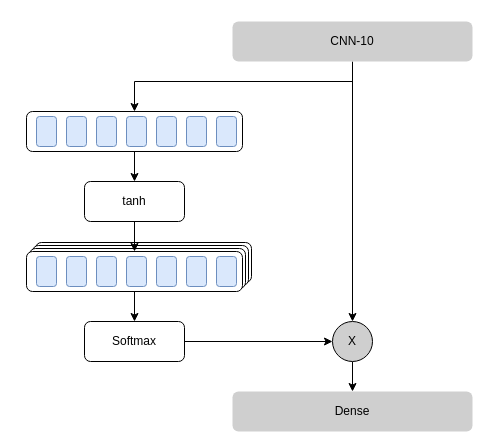
Above: attention.drawio in WensonLuo/Drowio (draw.io), before the change. Source tidied: cells renumbered, new cells numbered last; positions are measured from the earlier drawing's top-left corner, leaving out a move shared by most shapes. Both pictures are drawn from the tidied source at 100%, with x=0, y=0 at pixel (26, 21).
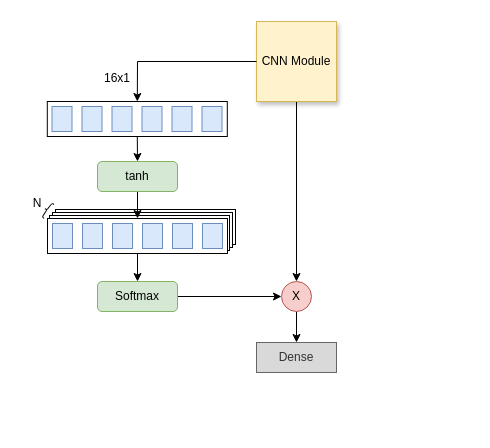
After the change.

Change to the diagram source:
```diff
@@
-    <mxCell id="2" style="rounded=1;whiteSpace=wrap;html=1;" parent="1" vertex="1">
-      <mxGeometry x="9" y="221" width="216" height="40" as="geometry" />
+    <mxCell id="2" style="rounded=0;whiteSpace=wrap;html=1;" parent="1" vertex="1">
+      <mxGeometry x="29" y="188" width="180" height="35" as="geometry" />
     </mxCell>
-    <mxCell id="3" style="rounded=1;whiteSpace=wrap;html=1;" parent="1" vertex="1">
-      <mxGeometry x="6" y="224" width="216" height="40" as="geometry" />
+    <mxCell id="3" style="rounded=0;whiteSpace=wrap;html=1;" parent="1" vertex="1">
+      <mxGeometry x="26" y="191" width="180" height="35" as="geometry" />
     </mxCell>
-    <mxCell id="4" style="rounded=1;whiteSpace=wrap;html=1;" parent="1" vertex="1">
-      <mxGeometry x="3" y="227" width="216" height="40" as="geometry" />
+    <mxCell id="4" style="rounded=0;whiteSpace=wrap;html=1;" parent="1" vertex="1">
+      <mxGeometry x="23" y="194" width="180" height="35" as="geometry" />
     </mxCell>
@@
-    <mxCell id="6" value="CNN-10" style="rounded=1;whiteSpace=wrap;html=1;strokeColor=none;fillColor=#CFCFCF;" parent="1" vertex="1">
-      <mxGeometry x="206" width="240" height="40" as="geometry" />
+    <mxCell id="6" value="CNN Module" style="rounded=0;whiteSpace=wrap;html=1;strokeColor=#d6b656;fillColor=#fff2cc;shadow=1;" parent="1" vertex="1">
+      <mxGeometry x="230" width="80" height="80" as="geometry" />
     </mxCell>
-    <mxCell id="7" value="Dense" style="rounded=1;whiteSpace=wrap;html=1;strokeColor=none;fillColor=#CFCFCF;" parent="1" vertex="1">
-      <mxGeometry x="206" y="370" width="240" height="40" as="geometry" />
+    <mxCell id="7" value="Dense" style="rounded=0;whiteSpace=wrap;html=1;strokeColor=#666666;fontColor=#333333;fillColor=#D9D9D9;" parent="1" vertex="1">
+      <mxGeometry x="230" y="321" width="80" height="30" as="geometry" />
     </mxCell>
@@
-    <mxCell id="9" style="rounded=1;whiteSpace=wrap;html=1;fillColor=none;" parent="1" vertex="1">
-      <mxGeometry y="90" width="216" height="40" as="geometry" />
+    <mxCell id="9" style="rounded=0;whiteSpace=wrap;html=1;fillColor=none;" parent="1" vertex="1">
+      <mxGeometry x="20.8" y="80" width="180" height="35" as="geometry" />
     </mxCell>
-    <mxCell id="10" style="endArrow=classic;html=1;entryX=0.5;entryY=0;entryDx=0;entryDy=0;jumpSize=0;rounded=0;" parent="1" edge="1" target="9">
+    <mxCell id="10" style="endArrow=classic;html=1;entryX=0.5;entryY=0;entryDx=0;entryDy=0;jumpSize=0;rounded=0;exitX=0;exitY=0.5;exitDx=0;exitDy=0;" parent="1" edge="1" source="6" target="9">
       <mxGeometry relative="1" as="geometry">
-        <mxPoint x="326" y="60" as="sourcePoint" />
         <Array as="points">
-          <mxPoint x="108" y="60" />
+          <mxPoint x="111" y="40" />
         </Array>
       </mxGeometry>
     </mxCell>
-    <mxCell id="11" style="rounded=1;whiteSpace=wrap;html=1;fillColor=#dae8fc;strokeColor=#6c8ebf;" parent="1" vertex="1">
-      <mxGeometry x="10" y="95" width="20" height="30" as="geometry" />
-    </mxCell>
-    <mxCell id="12" style="rounded=1;whiteSpace=wrap;html=1;fillColor=#dae8fc;strokeColor=#6c8ebf;" parent="1" vertex="1">
-      <mxGeometry x="40" y="95" width="20" height="30" as="geometry" />
-    </mxCell>
-    <mxCell id="13" style="rounded=1;whiteSpace=wrap;html=1;fillColor=#dae8fc;strokeColor=#6c8ebf;" parent="1" vertex="1">
-      <mxGeometry x="70" y="95" width="20" height="30" as="geometry" />
-    </mxCell>
-    <mxCell id="14" style="rounded=1;whiteSpace=wrap;html=1;fillColor=#dae8fc;strokeColor=#6c8ebf;" parent="1" vertex="1">
-      <mxGeometry x="100" y="95" width="20" height="30" as="geometry" />
+    <mxCell id="14" style="rounded=0;whiteSpace=wrap;html=1;fillColor=#dae8fc;strokeColor=#6c8ebf;" parent="1" vertex="1">
+      <mxGeometry x="115.5" y="85" width="20" height="25" as="geometry" />
     </mxCell>
-    <mxCell id="15" style="rounded=1;whiteSpace=wrap;html=1;fillColor=#dae8fc;strokeColor=#6c8ebf;" parent="1" vertex="1">
-      <mxGeometry x="130" y="95" width="20" height="30" as="geometry" />
+    <mxCell id="15" style="rounded=0;whiteSpace=wrap;html=1;fillColor=#dae8fc;strokeColor=#6c8ebf;" parent="1" vertex="1">
+      <mxGeometry x="145.5" y="85" width="20" height="25" as="geometry" />
     </mxCell>
-    <mxCell id="16" style="rounded=1;whiteSpace=wrap;html=1;fillColor=#dae8fc;strokeColor=#6c8ebf;" parent="1" vertex="1">
-      <mxGeometry x="160" y="95" width="20" height="30" as="geometry" />
+    <mxCell id="16" style="rounded=0;whiteSpace=wrap;html=1;fillColor=#dae8fc;strokeColor=#6c8ebf;" parent="1" vertex="1">
+      <mxGeometry x="175.5" y="85" width="20" height="25" as="geometry" />
     </mxCell>
-    <mxCell id="17" style="rounded=1;whiteSpace=wrap;html=1;fillColor=#dae8fc;strokeColor=#6c8ebf;" parent="1" vertex="1">
-      <mxGeometry x="190" y="95" width="20" height="30" as="geometry" />
-    </mxCell>
@@
-    <mxCell id="19" value="X" style="ellipse;whiteSpace=wrap;html=1;rounded=1;strokeColor=#000000;fillColor=#CFCFCF;gradientColor=none;" parent="1" vertex="1">
-      <mxGeometry x="306" y="300" width="40" height="40" as="geometry" />
+    <mxCell id="19" value="X" style="ellipse;whiteSpace=wrap;html=1;rounded=1;strokeColor=#b85450;fillColor=#f8cecc;" parent="1" vertex="1">
+      <mxGeometry x="255" y="260" width="30" height="30" as="geometry" />
     </mxCell>
@@
-    <mxCell id="21" style="rounded=1;whiteSpace=wrap;html=1;" parent="1" vertex="1">
-      <mxGeometry y="230" width="216" height="40" as="geometry" />
+    <mxCell id="21" style="rounded=0;whiteSpace=wrap;html=1;" parent="1" vertex="1">
+      <mxGeometry x="21" y="197" width="180" height="35" as="geometry" />
     </mxCell>
-    <mxCell id="22" style="rounded=1;whiteSpace=wrap;html=1;fillColor=#dae8fc;strokeColor=#6c8ebf;" parent="1" vertex="1">
-      <mxGeometry x="10" y="235" width="20" height="30" as="geometry" />
+    <mxCell id="22" style="rounded=0;whiteSpace=wrap;html=1;fillColor=#dae8fc;strokeColor=#6c8ebf;" parent="1" vertex="1">
+      <mxGeometry x="26" y="202" width="20" height="25" as="geometry" />
     </mxCell>
-    <mxCell id="23" style="rounded=1;whiteSpace=wrap;html=1;fillColor=#dae8fc;strokeColor=#6c8ebf;" parent="1" vertex="1">
-      <mxGeometry x="40" y="235" width="20" height="30" as="geometry" />
+    <mxCell id="23" style="rounded=0;whiteSpace=wrap;html=1;fillColor=#dae8fc;strokeColor=#6c8ebf;" parent="1" vertex="1">
+      <mxGeometry x="56" y="202" width="20" height="25" as="geometry" />
     </mxCell>
-    <mxCell id="24" style="rounded=1;whiteSpace=wrap;html=1;fillColor=#dae8fc;strokeColor=#6c8ebf;" parent="1" vertex="1">
-      <mxGeometry x="70" y="235" width="20" height="30" as="geometry" />
+    <mxCell id="24" style="rounded=0;whiteSpace=wrap;html=1;fillColor=#dae8fc;strokeColor=#6c8ebf;" parent="1" vertex="1">
+      <mxGeometry x="86" y="202" width="20" height="25" as="geometry" />
     </mxCell>
-    <mxCell id="25" style="rounded=1;whiteSpace=wrap;html=1;fillColor=#dae8fc;strokeColor=#6c8ebf;" parent="1" vertex="1">
-      <mxGeometry x="100" y="235" width="20" height="30" as="geometry" />
+    <mxCell id="25" style="rounded=0;whiteSpace=wrap;html=1;fillColor=#dae8fc;strokeColor=#6c8ebf;" parent="1" vertex="1">
+      <mxGeometry x="116" y="202" width="20" height="25" as="geometry" />
     </mxCell>
-    <mxCell id="26" style="rounded=1;whiteSpace=wrap;html=1;fillColor=#dae8fc;strokeColor=#6c8ebf;" parent="1" vertex="1">
-      <mxGeometry x="130" y="235" width="20" height="30" as="geometry" />
+    <mxCell id="26" style="rounded=0;whiteSpace=wrap;html=1;fillColor=#dae8fc;strokeColor=#6c8ebf;" parent="1" vertex="1">
+      <mxGeometry x="146" y="202" width="20" height="25" as="geometry" />
     </mxCell>
-    <mxCell id="27" style="rounded=1;whiteSpace=wrap;html=1;fillColor=#dae8fc;strokeColor=#6c8ebf;" parent="1" vertex="1">
-      <mxGeometry x="160" y="235" width="20" height="30" as="geometry" />
+    <mxCell id="27" style="rounded=0;whiteSpace=wrap;html=1;fillColor=#dae8fc;strokeColor=#6c8ebf;" parent="1" vertex="1">
+      <mxGeometry x="176" y="202" width="20" height="25" as="geometry" />
     </mxCell>
-    <mxCell id="28" style="rounded=1;whiteSpace=wrap;html=1;fillColor=#dae8fc;strokeColor=#6c8ebf;" parent="1" vertex="1">
-      <mxGeometry x="190" y="235" width="20" height="30" as="geometry" />
-    </mxCell>
@@
-    <mxCell id="30" value="tanh" style="rounded=1;whiteSpace=wrap;html=1;fillColor=none;" parent="1" vertex="1">
-      <mxGeometry x="58" y="160" width="100" height="40" as="geometry" />
+    <mxCell id="30" value="tanh" style="rounded=1;whiteSpace=wrap;html=1;fillColor=#d5e8d4;strokeColor=#82b366;" parent="1" vertex="1">
+      <mxGeometry x="71" y="140" width="80" height="30" as="geometry" />
     </mxCell>
@@
-    <mxCell id="32" value="Softmax" style="rounded=1;whiteSpace=wrap;html=1;fillColor=none;" parent="1" vertex="1">
-      <mxGeometry x="58" y="300" width="100" height="40" as="geometry" />
+    <mxCell id="32" value="Softmax" style="rounded=1;whiteSpace=wrap;html=1;fillColor=#d5e8d4;strokeColor=#82b366;" parent="1" vertex="1">
+      <mxGeometry x="71" y="260" width="80" height="30" as="geometry" />
     </mxCell>
+    <mxCell id="33" style="rounded=0;whiteSpace=wrap;html=1;fillColor=#dae8fc;strokeColor=#6c8ebf;" parent="1" vertex="1">
+      <mxGeometry x="25.5" y="85" width="20" height="25" as="geometry" />
+    </mxCell>
+    <mxCell id="34" style="rounded=0;whiteSpace=wrap;html=1;fillColor=#dae8fc;strokeColor=#6c8ebf;" parent="1" vertex="1">
+      <mxGeometry x="55.5" y="85" width="20" height="25" as="geometry" />
+    </mxCell>
+    <mxCell id="35" style="rounded=0;whiteSpace=wrap;html=1;fillColor=#dae8fc;strokeColor=#6c8ebf;" parent="1" vertex="1">
+      <mxGeometry x="85.5" y="85" width="20" height="25" as="geometry" />
+    </mxCell>
+    <mxCell id="36" style="shape=curlyBracket;whiteSpace=wrap;html=1;rounded=1;shadow=0;fillColor=#D9D9D9;rotation=35;size=0.5;" parent="1" vertex="1">
+      <mxGeometry x="18" y="180" width="5" height="17" as="geometry" />
+    </mxCell>
+    <mxCell id="37" value="N" style="text;html=1;strokeColor=none;fillColor=none;align=center;verticalAlign=middle;whiteSpace=wrap;rounded=0;shadow=0;" parent="1" vertex="1">
+      <mxGeometry x="-9.5" y="172" width="40" height="20" as="geometry" />
+    </mxCell>
+    <mxCell id="38" value="16x1" style="text;html=1;strokeColor=none;fillColor=none;align=center;verticalAlign=middle;whiteSpace=wrap;rounded=0;shadow=0;" parent="1" vertex="1">
+      <mxGeometry x="70.5" y="47" width="40" height="20" as="geometry" />
+    </mxCell>
```
